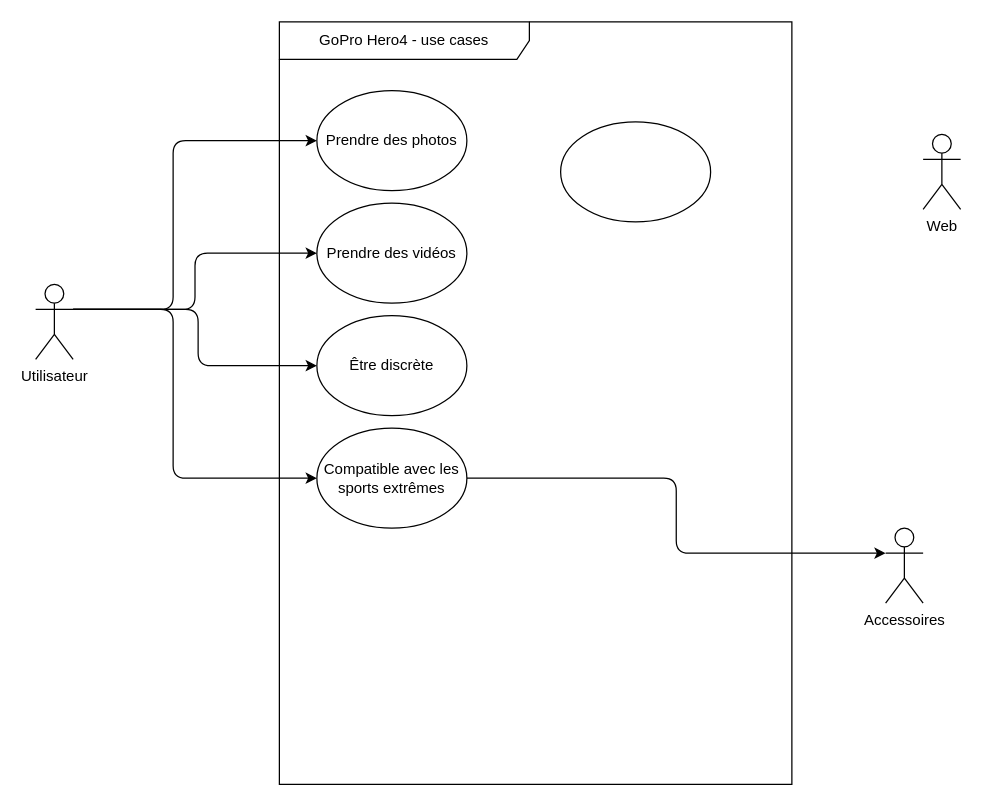
The draw.io diagram TP1 UC.drawio in baptistedftn/Sys-Tech-SUP, before the edit. Source tidied: cells renumbered, new cells numbered last; positions are measured from the earlier drawing's top-left corner, leaving out a move shared by most shapes. Both pictures are drawn from the tidied source at 125%, with x=0, y=0 at pixel (35, 21).
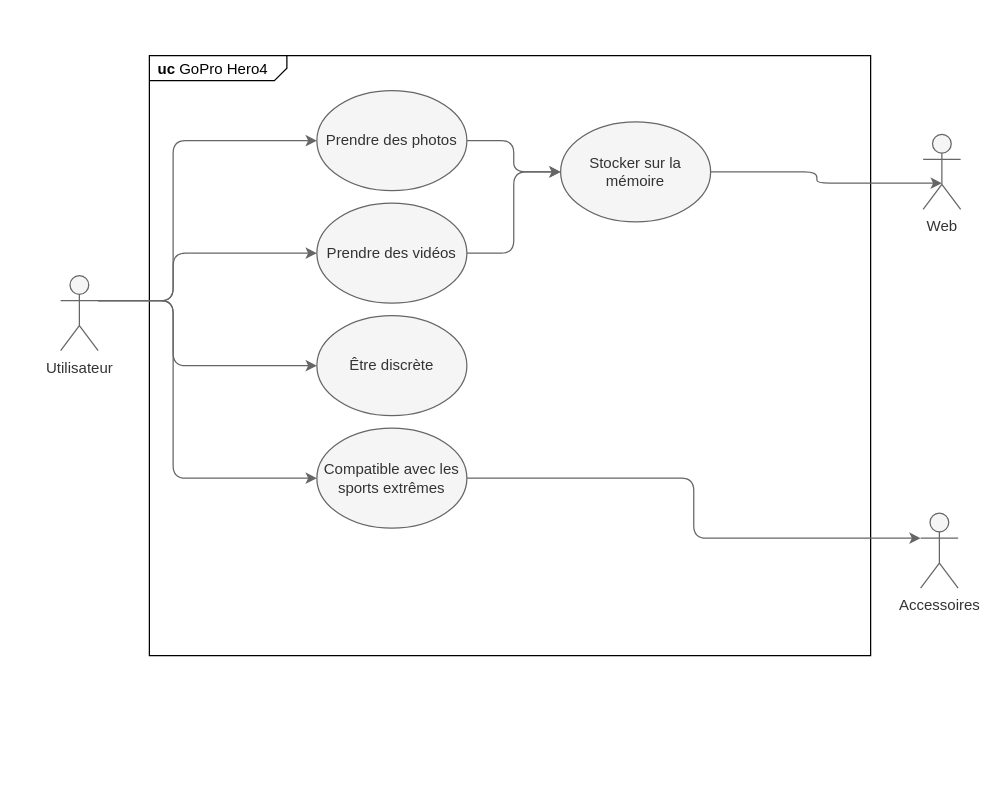
Above is the later version.

Commit message:
Mettre à jour TP1 UC.drawio

What changed in the source:
```diff
@@
-    <mxCell id="2" value="GoPro Hero4 - use cases" style="shape=umlFrame;whiteSpace=wrap;html=1;strokeWidth=1;width=200;height=30;" parent="1" vertex="1">
-      <mxGeometry x="195" width="410" height="610" as="geometry" />
-    </mxCell>
+    <mxCell id="16" value="&lt;p style=&quot;margin:0px;margin-top:4px;margin-left:7px;text-align:left;&quot;&gt;&lt;b&gt;uc&lt;/b&gt;&amp;nbsp;GoPro Hero4&lt;/p&gt;" style="html=1;shape=mxgraph.sysml.package;overflow=fill;labelX=110;strokeWidth=1;align=center;" parent="1" vertex="1">
+      <mxGeometry x="91" y="27" width="577" height="480" as="geometry" />
+    </mxCell>
+    <mxCell id="17" style="edgeStyle=orthogonalEdgeStyle;rounded=1;jettySize=auto;html=1;exitX=1;exitY=0.5;exitDx=0;exitDy=0;entryX=0;entryY=0.5;entryDx=0;entryDy=0;fillColor=#f5f5f5;strokeColor=#666666;" parent="1" edge="1" source="3" target="6">
+      <mxGeometry relative="1" as="geometry" />
+    </mxCell>
-    <mxCell id="3" value="Prendre des photos" style="ellipse;whiteSpace=wrap;html=1;strokeWidth=1;" parent="1" vertex="1">
+    <mxCell id="3" value="Prendre des photos" style="ellipse;whiteSpace=wrap;html=1;strokeWidth=1;fillColor=#f5f5f5;fontColor=#333333;strokeColor=#666666;" parent="1" vertex="1">
       <mxGeometry x="225" y="55" width="120" height="80" as="geometry" />
     </mxCell>
+    <mxCell id="18" style="edgeStyle=orthogonalEdgeStyle;rounded=1;jettySize=auto;html=1;exitX=1;exitY=0.5;exitDx=0;exitDy=0;entryX=0;entryY=0.5;entryDx=0;entryDy=0;fillColor=#f5f5f5;strokeColor=#666666;" parent="1" edge="1" source="4" target="6">
+      <mxGeometry relative="1" as="geometry" />
+    </mxCell>
-    <mxCell id="4" value="Prendre des vidéos" style="ellipse;whiteSpace=wrap;html=1;strokeWidth=1;" parent="1" vertex="1">
+    <mxCell id="4" value="Prendre des vidéos" style="ellipse;whiteSpace=wrap;html=1;strokeWidth=1;fillColor=#f5f5f5;fontColor=#333333;strokeColor=#666666;" parent="1" vertex="1">
       <mxGeometry x="225" y="145" width="120" height="80" as="geometry" />
     </mxCell>
-    <mxCell id="5" value="Être discrète" style="ellipse;whiteSpace=wrap;html=1;strokeWidth=1;" parent="1" vertex="1">
+    <mxCell id="5" value="Être discrète" style="ellipse;whiteSpace=wrap;html=1;strokeWidth=1;fillColor=#f5f5f5;fontColor=#333333;strokeColor=#666666;" parent="1" vertex="1">
       <mxGeometry x="225" y="235" width="120" height="80" as="geometry" />
     </mxCell>
+    <mxCell id="19" style="edgeStyle=orthogonalEdgeStyle;rounded=1;jettySize=auto;html=1;exitX=1;exitY=0.5;exitDx=0;exitDy=0;entryX=0.5;entryY=0.65;entryDx=0;entryDy=0;entryPerimeter=0;fillColor=#f5f5f5;strokeColor=#666666;" parent="1" edge="1" source="6" target="15">
+      <mxGeometry relative="1" as="geometry" />
+    </mxCell>
-    <mxCell id="6" style="ellipse;whiteSpace=wrap;html=1;strokeWidth=1;" parent="1" vertex="1">
+    <mxCell id="6" value="Stocker sur la mémoire" style="ellipse;whiteSpace=wrap;html=1;strokeWidth=1;fillColor=#f5f5f5;fontColor=#333333;strokeColor=#666666;" parent="1" vertex="1">
       <mxGeometry x="420" y="80" width="120" height="80" as="geometry" />
     </mxCell>
-    <mxCell id="7" style="edgeStyle=orthogonalEdgeStyle;rounded=1;jettySize=auto;html=1;entryX=0;entryY=0.3333333333333333;entryDx=0;entryDy=0;entryPerimeter=0;strokeWidth=1;" parent="1" edge="1" source="8" target="14">
+    <mxCell id="7" style="edgeStyle=orthogonalEdgeStyle;rounded=1;jettySize=auto;html=1;entryX=0;entryY=0.3333333333333333;entryDx=0;entryDy=0;entryPerimeter=0;strokeWidth=1;fillColor=#f5f5f5;strokeColor=#666666;" parent="1" edge="1" source="8" target="14">
       <mxGeometry relative="1" as="geometry" />
     </mxCell>
-    <mxCell id="8" value="Compatible avec les sports extrêmes" style="ellipse;whiteSpace=wrap;html=1;strokeWidth=1;" parent="1" vertex="1">
+    <mxCell id="8" value="Compatible avec les sports extrêmes" style="ellipse;whiteSpace=wrap;html=1;strokeWidth=1;fillColor=#f5f5f5;fontColor=#333333;strokeColor=#666666;" parent="1" vertex="1">
       <mxGeometry x="225" y="325" width="120" height="80" as="geometry" />
     </mxCell>
-    <mxCell id="9" style="html=1;exitX=1;exitY=0.3333333333333333;exitPerimeter=0;entryX=0;entryY=0.5;jettySize=auto;fontColor=#000099;strokeWidth=1;edgeStyle=orthogonalEdgeStyle;" parent="1" edge="1" source="13" target="3">
+    <mxCell id="9" style="html=1;exitX=1;exitY=0.3333333333333333;exitPerimeter=0;entryX=0;entryY=0.5;jettySize=auto;fontColor=#000099;strokeWidth=1;edgeStyle=orthogonalEdgeStyle;fillColor=#f5f5f5;strokeColor=#666666;" parent="1" edge="1" source="13" target="3">
       <mxGeometry relative="1" as="geometry">
         <Array as="points">
-          <mxPoint x="110" y="230" />
+          <mxPoint x="110" y="223" />
           <mxPoint x="110" y="95" />
         </Array>
       </mxGeometry>
     </mxCell>
-    <mxCell id="10" style="html=1;exitX=1;exitY=0.3333333333333333;exitPerimeter=0;entryX=0;entryY=0.5;jettySize=auto;fontColor=#000099;strokeWidth=1;edgeStyle=orthogonalEdgeStyle;" parent="1" edge="1" source="13" target="4">
-      <mxGeometry relative="1" as="geometry" />
+    <mxCell id="10" style="html=1;exitX=1;exitY=0.3333333333333333;exitPerimeter=0;entryX=0;entryY=0.5;jettySize=auto;fontColor=#000099;strokeWidth=1;edgeStyle=orthogonalEdgeStyle;fillColor=#f5f5f5;strokeColor=#666666;" parent="1" edge="1" source="13" target="4">
+      <mxGeometry relative="1" as="geometry">
+        <Array as="points">
+          <mxPoint x="110" y="223" />
+          <mxPoint x="110" y="185" />
+        </Array>
+      </mxGeometry>
     </mxCell>
-    <mxCell id="11" style="edgeStyle=orthogonalEdgeStyle;html=1;exitX=1;exitY=0.3333333333333333;exitPerimeter=0;entryX=0;entryY=0.5;jettySize=auto;fontColor=#000099;strokeWidth=1;" parent="1" edge="1" source="13" target="5">
+    <mxCell id="11" style="edgeStyle=orthogonalEdgeStyle;html=1;exitX=1;exitY=0.3333333333333333;exitPerimeter=0;entryX=0;entryY=0.5;jettySize=auto;fontColor=#000099;strokeWidth=1;fillColor=#f5f5f5;strokeColor=#666666;" parent="1" edge="1" source="13" target="5">
       <mxGeometry relative="1" as="geometry">
         <Array as="points">
-          <mxPoint x="130" y="230" />
-          <mxPoint x="130" y="275" />
+          <mxPoint x="110" y="223" />
+          <mxPoint x="110" y="275" />
         </Array>
       </mxGeometry>
     </mxCell>
-    <mxCell id="12" style="edgeStyle=orthogonalEdgeStyle;rounded=1;jettySize=auto;html=1;exitX=1;exitY=0.3333333333333333;exitDx=0;exitDy=0;exitPerimeter=0;entryX=0;entryY=0.5;entryDx=0;entryDy=0;strokeWidth=1;" parent="1" edge="1" source="13" target="8">
+    <mxCell id="12" style="edgeStyle=orthogonalEdgeStyle;rounded=1;jettySize=auto;html=1;exitX=1;exitY=0.3333333333333333;exitDx=0;exitDy=0;exitPerimeter=0;entryX=0;entryY=0.5;entryDx=0;entryDy=0;strokeWidth=1;fillColor=#f5f5f5;strokeColor=#666666;" parent="1" edge="1" source="13" target="8">
       <mxGeometry relative="1" as="geometry">
         <Array as="points">
-          <mxPoint x="110" y="230" />
+          <mxPoint x="110" y="223" />
           <mxPoint x="110" y="365" />
         </Array>
       </mxGeometry>
     </mxCell>
-    <mxCell id="13" value="Utilisateur" style="shape=umlActor;verticalLabelPosition=bottom;labelBackgroundColor=#ffffff;verticalAlign=top;html=1;strokeWidth=1;" parent="1" vertex="1">
-      <mxGeometry y="210" width="30" height="60" as="geometry" />
+    <mxCell id="13" value="Utilisateur" style="shape=umlActor;verticalLabelPosition=bottom;labelBackgroundColor=#ffffff;verticalAlign=top;html=1;strokeWidth=1;fillColor=#f5f5f5;fontColor=#333333;strokeColor=#666666;" parent="1" vertex="1">
+      <mxGeometry x="20" y="203" width="30" height="60" as="geometry" />
     </mxCell>
-    <mxCell id="14" value="Accessoires" style="shape=umlActor;verticalLabelPosition=bottom;labelBackgroundColor=#ffffff;verticalAlign=top;html=1;strokeWidth=1;" parent="1" vertex="1">
-      <mxGeometry x="680" y="405" width="30" height="60" as="geometry" />
+    <mxCell id="14" value="Accessoires" style="shape=umlActor;verticalLabelPosition=bottom;labelBackgroundColor=#ffffff;verticalAlign=top;html=1;strokeWidth=1;fillColor=#f5f5f5;fontColor=#333333;strokeColor=#666666;" parent="1" vertex="1">
+      <mxGeometry x="708" y="393" width="30" height="60" as="geometry" />
     </mxCell>
-    <mxCell id="15" value="Web" style="shape=umlActor;verticalLabelPosition=bottom;labelBackgroundColor=#ffffff;verticalAlign=top;html=1;strokeWidth=1;fillColor=none;" parent="1" vertex="1">
+    <mxCell id="15" value="Web" style="shape=umlActor;verticalLabelPosition=bottom;labelBackgroundColor=#ffffff;verticalAlign=top;html=1;strokeWidth=1;fillColor=#f5f5f5;fontColor=#333333;strokeColor=#666666;" parent="1" vertex="1">
       <mxGeometry x="710" y="90" width="30" height="60" as="geometry" />
     </mxCell>
```
